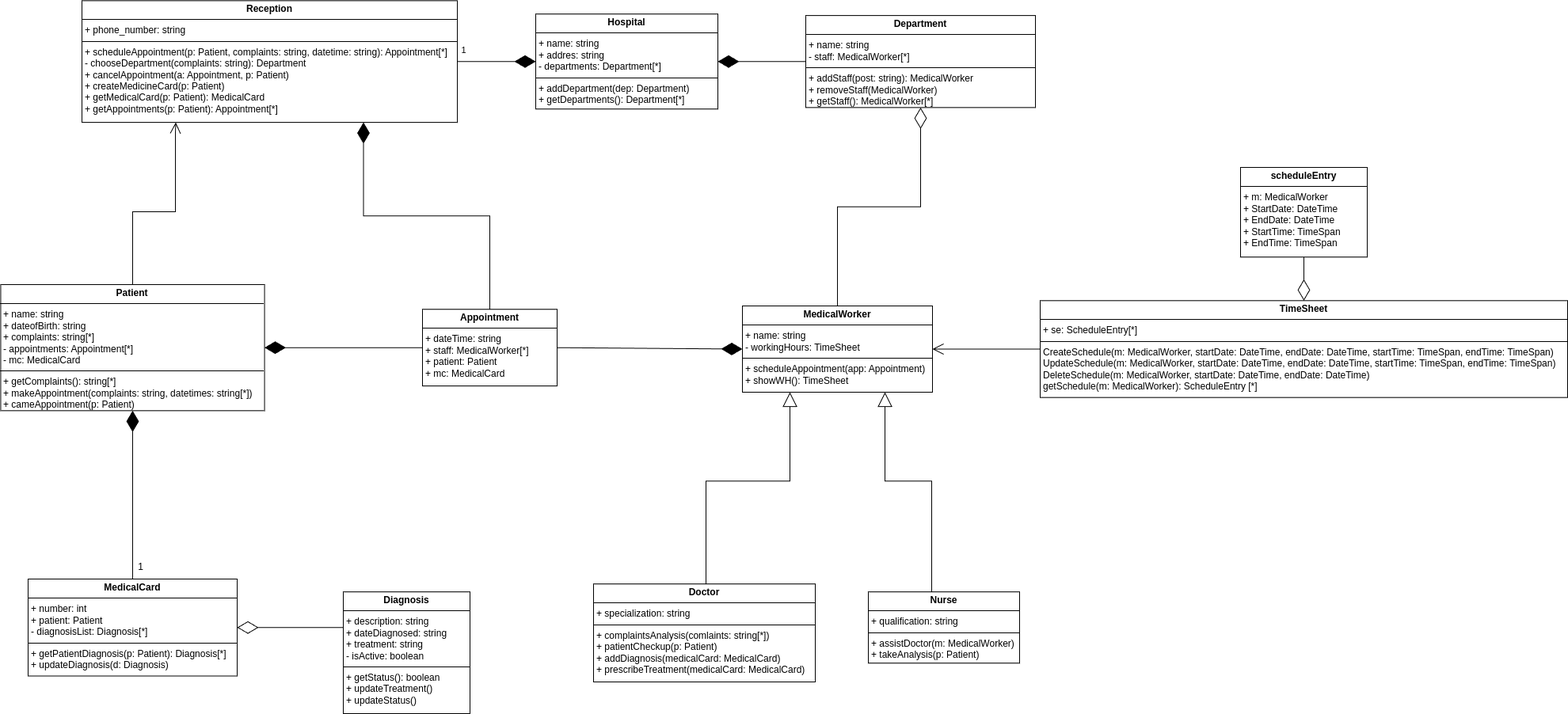
The draw.io diagram lab2/CD.png in nedeadinside/oaoaoaoaoaoaoaoa, before a commit. Source tidied: cells renumbered, new cells last; positions are measured from the earlier drawing's top-left corner, leaving out a move shared by most shapes.
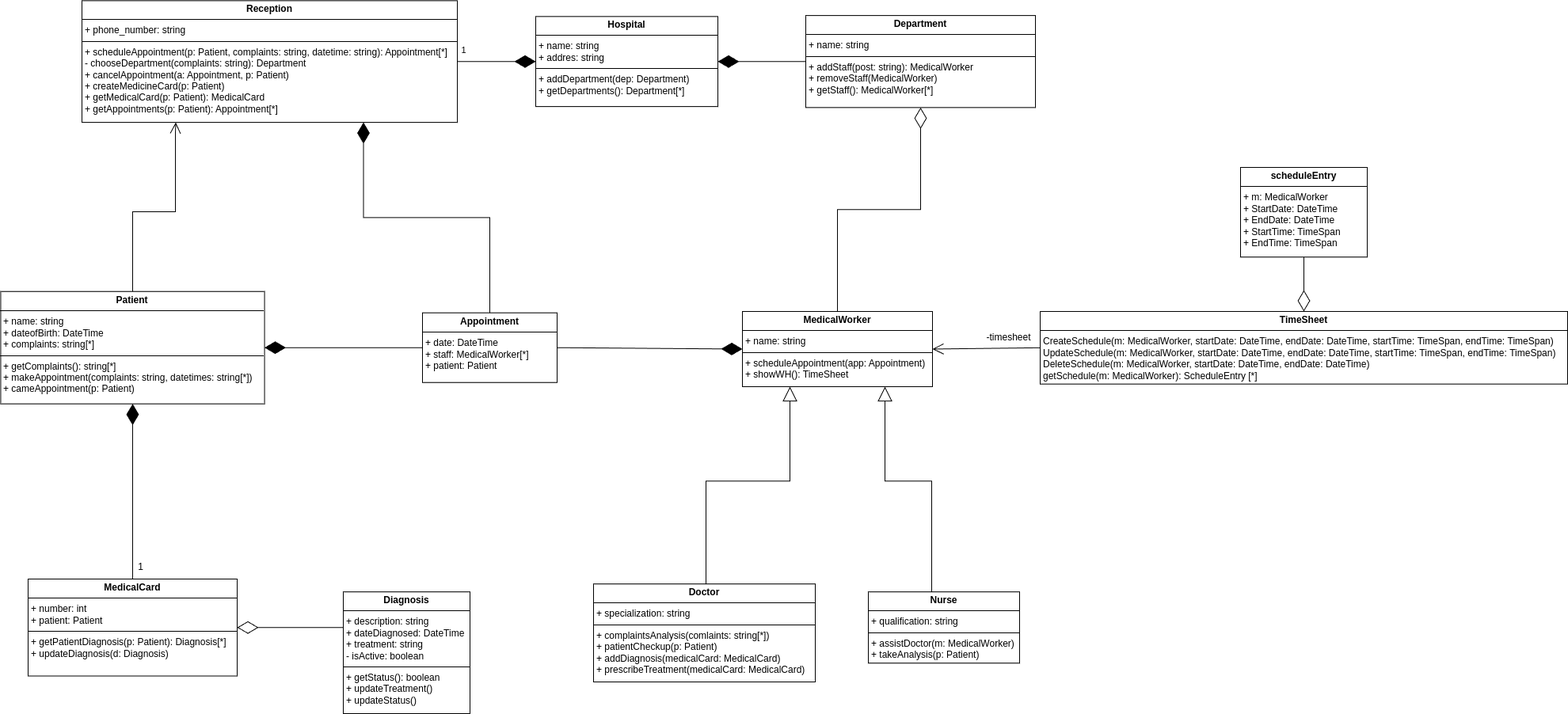
The same diagram one commit later.

The edit, as a diff of the source:
```diff
@@ -4,6 +4,6 @@
     <mxCell id="1" parent="0" />
-    <mxCell id="2" value="&lt;p style=&quot;margin:0px;margin-top:4px;text-align:center;&quot;&gt;&lt;b&gt;Hospital&lt;/b&gt;&lt;/p&gt;&lt;hr size=&quot;1&quot; style=&quot;border-style:solid;&quot;&gt;&lt;p style=&quot;margin:0px;margin-left:4px;&quot;&gt;+ name: string&lt;/p&gt;&lt;p style=&quot;margin:0px;margin-left:4px;&quot;&gt;+ addres: string&lt;/p&gt;&lt;p style=&quot;margin:0px;margin-left:4px;&quot;&gt;- departments: Department[*]&lt;/p&gt;&lt;hr size=&quot;1&quot; style=&quot;border-style:solid;&quot;&gt;&lt;p style=&quot;margin:0px;margin-left:4px;&quot;&gt;+ addDepartment(dep: Department)&lt;/p&gt;&lt;p style=&quot;margin:0px;margin-left:4px;&quot;&gt;+ getDepartments(): Department[*]&lt;/p&gt;" style="verticalAlign=top;align=left;overflow=fill;html=1;whiteSpace=wrap;" parent="1" vertex="1">
-      <mxGeometry x="676" y="17.2" width="230" height="120" as="geometry" />
+    <mxCell id="2" value="&lt;p style=&quot;margin:0px;margin-top:4px;text-align:center;&quot;&gt;&lt;b&gt;Hospital&lt;/b&gt;&lt;/p&gt;&lt;hr size=&quot;1&quot; style=&quot;border-style:solid;&quot;&gt;&lt;p style=&quot;margin:0px;margin-left:4px;&quot;&gt;+ name: string&lt;/p&gt;&lt;p style=&quot;margin:0px;margin-left:4px;&quot;&gt;+ addres: string&lt;/p&gt;&lt;hr size=&quot;1&quot; style=&quot;border-style:solid;&quot;&gt;&lt;p style=&quot;margin:0px;margin-left:4px;&quot;&gt;+ addDepartment(dep: Department)&lt;/p&gt;&lt;p style=&quot;margin:0px;margin-left:4px;&quot;&gt;+ getDepartments(): Department[*]&lt;/p&gt;" style="verticalAlign=top;align=left;overflow=fill;html=1;whiteSpace=wrap;" parent="1" vertex="1">
+      <mxGeometry x="676" y="20.4" width="230" height="113.8" as="geometry" />
     </mxCell>
-    <mxCell id="3" value="&lt;p style=&quot;margin:0px;margin-top:4px;text-align:center;&quot;&gt;&lt;b&gt;Department&lt;/b&gt;&lt;/p&gt;&lt;hr size=&quot;1&quot; style=&quot;border-style:solid;&quot;&gt;&lt;p style=&quot;margin:0px;margin-left:4px;&quot;&gt;+ name: string&lt;/p&gt;&lt;p style=&quot;margin:0px;margin-left:4px;&quot;&gt;- staff: MedicalWorker[*]&lt;/p&gt;&lt;hr size=&quot;1&quot; style=&quot;border-style:solid;&quot;&gt;&lt;p style=&quot;margin:0px;margin-left:4px;&quot;&gt;+ addStaff(post: string): MedicalWorker&lt;/p&gt;&lt;p style=&quot;margin:0px;margin-left:4px;&quot;&gt;+ removeStaff(MedicalWorker)&lt;/p&gt;&lt;p style=&quot;margin:0px;margin-left:4px;&quot;&gt;+ getStaff(): MedicalWorker[*]&lt;/p&gt;" style="verticalAlign=top;align=left;overflow=fill;html=1;whiteSpace=wrap;" parent="1" vertex="1">
+    <mxCell id="3" value="&lt;p style=&quot;margin:0px;margin-top:4px;text-align:center;&quot;&gt;&lt;b&gt;Department&lt;/b&gt;&lt;/p&gt;&lt;hr size=&quot;1&quot; style=&quot;border-style:solid;&quot;&gt;&lt;p style=&quot;margin:0px;margin-left:4px;&quot;&gt;+ name: string&lt;/p&gt;&lt;hr size=&quot;1&quot; style=&quot;border-style:solid;&quot;&gt;&lt;p style=&quot;margin:0px;margin-left:4px;&quot;&gt;+ addStaff(post: string): MedicalWorker&lt;/p&gt;&lt;p style=&quot;margin:0px;margin-left:4px;&quot;&gt;+ removeStaff(MedicalWorker)&lt;/p&gt;&lt;p style=&quot;margin:0px;margin-left:4px;&quot;&gt;+ getStaff(): MedicalWorker[*]&lt;/p&gt;" style="verticalAlign=top;align=left;overflow=fill;html=1;whiteSpace=wrap;" parent="1" vertex="1">
       <mxGeometry x="1017" y="19.1" width="290" height="116.2" as="geometry" />
@@ -47,9 +47,9 @@
     </mxCell>
-    <mxCell id="13" value="&lt;p style=&quot;margin:0px;margin-top:4px;text-align:center;&quot;&gt;&lt;b&gt;Patient&lt;/b&gt;&lt;/p&gt;&lt;hr size=&quot;1&quot; style=&quot;border-style:solid;&quot;&gt;&lt;p style=&quot;margin:0px;margin-left:4px;&quot;&gt;+ name: string&lt;/p&gt;&lt;p style=&quot;margin:0px;margin-left:4px;&quot;&gt;+ dateofBirth: string&lt;/p&gt;&lt;p style=&quot;margin:0px;margin-left:4px;&quot;&gt;+ complaints: string[*]&lt;/p&gt;&lt;p style=&quot;margin:0px;margin-left:4px;&quot;&gt;&lt;span style=&quot;background-color: initial;&quot;&gt;- appointments: Appointment[*]&lt;br&gt;- mc: MedicalCard&lt;/span&gt;&lt;/p&gt;&lt;hr size=&quot;1&quot; style=&quot;border-style:solid;&quot;&gt;&lt;p style=&quot;margin:0px;margin-left:4px;&quot;&gt;&lt;span style=&quot;background-color: initial;&quot;&gt;+ getComplaints(): string[*]&lt;/span&gt;&lt;/p&gt;&lt;p style=&quot;margin:0px;margin-left:4px;&quot;&gt;&lt;span style=&quot;background-color: initial;&quot;&gt;+ makeAppointment(complaints: string, datetimes: string[*])&lt;/span&gt;&lt;/p&gt;&lt;p style=&quot;margin:0px;margin-left:4px;&quot;&gt;&lt;span style=&quot;background-color: initial;&quot;&gt;+ cameAppointment(p: Patient)&lt;/span&gt;&lt;/p&gt;" style="verticalAlign=top;align=left;overflow=fill;html=1;whiteSpace=wrap;" parent="1" vertex="1">
-      <mxGeometry x="0.4" y="359" width="333.1" height="159.3" as="geometry" />
+    <mxCell id="13" value="&lt;p style=&quot;margin:0px;margin-top:4px;text-align:center;&quot;&gt;&lt;b&gt;Patient&lt;/b&gt;&lt;/p&gt;&lt;hr size=&quot;1&quot; style=&quot;border-style:solid;&quot;&gt;&lt;p style=&quot;margin:0px;margin-left:4px;&quot;&gt;+ name: string&lt;/p&gt;&lt;p style=&quot;margin:0px;margin-left:4px;&quot;&gt;+ dateofBirth: DateTime&lt;/p&gt;&lt;p style=&quot;margin:0px;margin-left:4px;&quot;&gt;+ complaints: string[*]&lt;/p&gt;&lt;hr size=&quot;1&quot; style=&quot;border-style:solid;&quot;&gt;&lt;p style=&quot;margin:0px;margin-left:4px;&quot;&gt;&lt;span style=&quot;background-color: initial;&quot;&gt;+ getComplaints(): string[*]&lt;/span&gt;&lt;/p&gt;&lt;p style=&quot;margin:0px;margin-left:4px;&quot;&gt;&lt;span style=&quot;background-color: initial;&quot;&gt;+ makeAppointment(complaints: string, datetimes: string[*])&lt;/span&gt;&lt;/p&gt;&lt;p style=&quot;margin:0px;margin-left:4px;&quot;&gt;&lt;span style=&quot;background-color: initial;&quot;&gt;+ cameAppointment(p: Patient)&lt;/span&gt;&lt;/p&gt;" style="verticalAlign=top;align=left;overflow=fill;html=1;whiteSpace=wrap;" parent="1" vertex="1">
+      <mxGeometry x="0.4" y="367.7" width="333.1" height="142" as="geometry" />
     </mxCell>
-    <mxCell id="14" value="&lt;p style=&quot;margin:0px;margin-top:4px;text-align:center;&quot;&gt;&lt;b&gt;Appointment&lt;/b&gt;&lt;/p&gt;&lt;hr size=&quot;1&quot; style=&quot;border-style:solid;&quot;&gt;&lt;p style=&quot;margin:0px;margin-left:4px;&quot;&gt;+ dateTime: string&lt;/p&gt;&lt;p style=&quot;margin:0px;margin-left:4px;&quot;&gt;+ staff: MedicalWorker[*]&lt;/p&gt;&lt;p style=&quot;margin:0px;margin-left:4px;&quot;&gt;+ patient: Patient&lt;/p&gt;&lt;p style=&quot;margin:0px;margin-left:4px;&quot;&gt;+ mc: MedicalCard&lt;/p&gt;" style="verticalAlign=top;align=left;overflow=fill;html=1;whiteSpace=wrap;" parent="1" vertex="1">
-      <mxGeometry x="533" y="390.3" width="170" height="96.8" as="geometry" />
+    <mxCell id="14" value="&lt;p style=&quot;margin:0px;margin-top:4px;text-align:center;&quot;&gt;&lt;b&gt;Appointment&lt;/b&gt;&lt;/p&gt;&lt;hr size=&quot;1&quot; style=&quot;border-style:solid;&quot;&gt;&lt;p style=&quot;margin:0px;margin-left:4px;&quot;&gt;+ date:&amp;nbsp;&lt;span style=&quot;background-color: initial;&quot;&gt;DateTime&lt;/span&gt;&lt;/p&gt;&lt;p style=&quot;margin:0px;margin-left:4px;&quot;&gt;+ staff: MedicalWorker[*]&lt;/p&gt;&lt;p style=&quot;margin:0px;margin-left:4px;&quot;&gt;+ patient: Patient&lt;/p&gt;" style="verticalAlign=top;align=left;overflow=fill;html=1;whiteSpace=wrap;" parent="1" vertex="1">
+      <mxGeometry x="533" y="394.7" width="170" height="88" as="geometry" />
     </mxCell>
-    <mxCell id="15" value="&lt;p style=&quot;margin:0px;margin-top:4px;text-align:center;&quot;&gt;&lt;b&gt;MedicalCard&lt;/b&gt;&lt;/p&gt;&lt;hr size=&quot;1&quot; style=&quot;border-style:solid;&quot;&gt;&lt;p style=&quot;margin:0px;margin-left:4px;&quot;&gt;+ number: int&lt;/p&gt;&lt;p style=&quot;margin:0px;margin-left:4px;&quot;&gt;+ patient: Patient&lt;/p&gt;&lt;p style=&quot;margin:0px;margin-left:4px;&quot;&gt;- diagnosisList: Diagnosis[*]&lt;/p&gt;&lt;hr size=&quot;1&quot; style=&quot;border-style:solid;&quot;&gt;&lt;p style=&quot;margin:0px;margin-left:4px;&quot;&gt;+ getPatientDiagnosis(p: Patient): Diagnosis[*]&lt;/p&gt;&lt;p style=&quot;margin:0px;margin-left:4px;&quot;&gt;+ updateDiagnosis(d: Diagnosis)&lt;/p&gt;" style="verticalAlign=top;align=left;overflow=fill;html=1;whiteSpace=wrap;" parent="1" vertex="1">
+    <mxCell id="15" value="&lt;p style=&quot;margin:0px;margin-top:4px;text-align:center;&quot;&gt;&lt;b&gt;MedicalCard&lt;/b&gt;&lt;/p&gt;&lt;hr size=&quot;1&quot; style=&quot;border-style:solid;&quot;&gt;&lt;p style=&quot;margin:0px;margin-left:4px;&quot;&gt;+ number: int&lt;/p&gt;&lt;p style=&quot;margin:0px;margin-left:4px;&quot;&gt;+ patient: Patient&lt;/p&gt;&lt;hr size=&quot;1&quot; style=&quot;border-style:solid;&quot;&gt;&lt;p style=&quot;margin:0px;margin-left:4px;&quot;&gt;+ getPatientDiagnosis(p: Patient): Diagnosis[*]&lt;/p&gt;&lt;p style=&quot;margin:0px;margin-left:4px;&quot;&gt;+ updateDiagnosis(d: Diagnosis)&lt;/p&gt;" style="verticalAlign=top;align=left;overflow=fill;html=1;whiteSpace=wrap;" parent="1" vertex="1">
       <mxGeometry x="35" y="731" width="264" height="122.5" as="geometry" />
@@ -61,4 +61,4 @@
     </mxCell>
-    <mxCell id="17" value="&lt;p style=&quot;margin:0px;margin-top:4px;text-align:center;&quot;&gt;&lt;b&gt;MedicalWorker&lt;/b&gt;&lt;/p&gt;&lt;hr size=&quot;1&quot; style=&quot;border-style:solid;&quot;&gt;&lt;p style=&quot;margin:0px;margin-left:4px;&quot;&gt;+ name: string&lt;/p&gt;&lt;p style=&quot;margin:0px;margin-left:4px;&quot;&gt;- workingHours: TimeSheet&amp;nbsp;&lt;/p&gt;&lt;hr size=&quot;1&quot; style=&quot;border-style:solid;&quot;&gt;&lt;p style=&quot;margin:0px;margin-left:4px;&quot;&gt;+ scheduleAppointment(app: Appointment)&lt;/p&gt;&lt;p style=&quot;margin:0px;margin-left:4px;&quot;&gt;+ showWH(): TimeSheet&lt;/p&gt;" style="verticalAlign=top;align=left;overflow=fill;html=1;whiteSpace=wrap;" parent="1" vertex="1">
-      <mxGeometry x="937" y="386" width="240" height="109" as="geometry" />
+    <mxCell id="17" value="&lt;p style=&quot;margin:0px;margin-top:4px;text-align:center;&quot;&gt;&lt;b&gt;MedicalWorker&lt;/b&gt;&lt;/p&gt;&lt;hr size=&quot;1&quot; style=&quot;border-style:solid;&quot;&gt;&lt;p style=&quot;margin:0px;margin-left:4px;&quot;&gt;+ name: string&lt;/p&gt;&lt;hr size=&quot;1&quot; style=&quot;border-style:solid;&quot;&gt;&lt;p style=&quot;margin:0px;margin-left:4px;&quot;&gt;+ scheduleAppointment(app: Appointment)&lt;/p&gt;&lt;p style=&quot;margin:0px;margin-left:4px;&quot;&gt;+ showWH(): TimeSheet&lt;/p&gt;" style="verticalAlign=top;align=left;overflow=fill;html=1;whiteSpace=wrap;" parent="1" vertex="1">
+      <mxGeometry x="937" y="393" width="240" height="95" as="geometry" />
     </mxCell>
@@ -85,5 +85,2 @@
     </mxCell>
-    <mxCell id="21" style="endArrow=diamondThin;endFill=1;endSize=24;html=1;rounded=0;entryX=0.75;entryY=1;entryDx=0;entryDy=0;exitX=0.5;exitY=0;exitDx=0;exitDy=0;edgeStyle=orthogonalEdgeStyle;" parent="1" edge="1" source="14" target="9">
-      <mxGeometry relative="1" as="geometry" />
-    </mxCell>
     <mxCell id="22" style="endArrow=diamondThin;endFill=1;endSize=24;html=1;rounded=0;entryX=1;entryY=0.5;entryDx=0;entryDy=0;exitX=0;exitY=0.5;exitDx=0;exitDy=0;" parent="1" edge="1" source="14" target="13">
@@ -100,6 +97,6 @@
     </mxCell>
-    <mxCell id="26" value="&lt;p style=&quot;margin:0px;margin-top:4px;text-align:center;&quot;&gt;&lt;b&gt;TimeSheet&lt;/b&gt;&lt;/p&gt;&lt;hr size=&quot;1&quot; style=&quot;border-style:solid;&quot;&gt;&lt;p style=&quot;margin:0px;margin-left:4px;&quot;&gt;+ se: ScheduleEntry[*]&lt;/p&gt;&lt;hr size=&quot;1&quot; style=&quot;border-style:solid;&quot;&gt;&lt;p style=&quot;margin:0px;margin-left:4px;&quot;&gt;CreateSchedule(m:&amp;nbsp;&lt;span style=&quot;background-color: initial;&quot;&gt;MedicalWorker&lt;/span&gt;&lt;span style=&quot;background-color: initial;&quot;&gt;,&amp;nbsp;&lt;/span&gt;&lt;span style=&quot;background-color: initial;&quot;&gt;startDate:&amp;nbsp;&lt;/span&gt;&lt;span style=&quot;background-color: initial;&quot;&gt;DateTime,&amp;nbsp;&lt;/span&gt;&lt;span style=&quot;background-color: initial;&quot;&gt;endDate:&lt;/span&gt;&lt;span style=&quot;background-color: initial;&quot;&gt;&amp;nbsp;DateTime,&amp;nbsp;&lt;/span&gt;&lt;span style=&quot;background-color: initial;&quot;&gt;startTime:&amp;nbsp;&lt;/span&gt;&lt;span style=&quot;background-color: initial;&quot;&gt;TimeSpan,&amp;nbsp;&lt;/span&gt;&lt;span style=&quot;background-color: initial;&quot;&gt;endTime:&lt;/span&gt;&lt;span style=&quot;background-color: initial;&quot;&gt;&amp;nbsp;TimeSpan)&lt;/span&gt;&lt;/p&gt;&lt;p style=&quot;margin:0px;margin-left:4px;&quot;&gt;&lt;span style=&quot;background-color: initial;&quot;&gt;UpdateSchedule(m:&amp;nbsp;&lt;/span&gt;&lt;span style=&quot;background-color: initial;&quot;&gt;MedicalWorker&lt;/span&gt;&lt;span style=&quot;background-color: initial;&quot;&gt;,&amp;nbsp;&lt;/span&gt;&lt;span style=&quot;background-color: initial;&quot;&gt;startDate:&amp;nbsp;&lt;/span&gt;&lt;span style=&quot;background-color: initial;&quot;&gt;DateTime,&amp;nbsp;&lt;/span&gt;&lt;span style=&quot;background-color: initial;&quot;&gt;endDate:&lt;/span&gt;&lt;span style=&quot;background-color: initial;&quot;&gt;&amp;nbsp;DateTime,&amp;nbsp;&lt;/span&gt;&lt;span style=&quot;background-color: initial;&quot;&gt;startTime:&lt;/span&gt;&lt;span style=&quot;background-color: initial;&quot;&gt;&amp;nbsp;TimeSpan,&amp;nbsp;&lt;/span&gt;&lt;span style=&quot;background-color: initial;&quot;&gt;endTime:&amp;nbsp;&lt;/span&gt;&lt;span style=&quot;background-color: initial;&quot;&gt;TimeSpan)&lt;/span&gt;&lt;/p&gt;&lt;p style=&quot;margin:0px;margin-left:4px;&quot;&gt;&lt;span style=&quot;background-color: initial;&quot;&gt;DeleteSchedule(&lt;/span&gt;&lt;span style=&quot;background-color: initial;&quot;&gt;m:&amp;nbsp;&lt;/span&gt;&lt;span style=&quot;background-color: initial;&quot;&gt;MedicalWorker,&amp;nbsp;&lt;/span&gt;&lt;span style=&quot;background-color: initial;&quot;&gt;startDate:&amp;nbsp;&lt;/span&gt;&lt;span style=&quot;background-color: initial;&quot;&gt;DateTime,&amp;nbsp;&lt;/span&gt;&lt;span style=&quot;background-color: initial;&quot;&gt;endDate:&amp;nbsp;&lt;/span&gt;&lt;span style=&quot;background-color: initial;&quot;&gt;DateTime)&lt;/span&gt;&lt;/p&gt;&lt;p style=&quot;margin:0px;margin-left:4px;&quot;&gt;getSchedule(m: MedicalWorker): ScheduleEntry [*]&amp;nbsp;&lt;/p&gt;" style="verticalAlign=top;align=left;overflow=fill;html=1;whiteSpace=wrap;" parent="1" vertex="1">
-      <mxGeometry x="1313" y="379.3" width="666" height="122.3" as="geometry" />
+    <mxCell id="26" value="&lt;p style=&quot;margin:0px;margin-top:4px;text-align:center;&quot;&gt;&lt;b style=&quot;background-color: initial;&quot;&gt;TimeSheet&lt;/b&gt;&lt;/p&gt;&lt;hr size=&quot;1&quot; style=&quot;border-style:solid;&quot;&gt;&lt;p style=&quot;margin:0px;margin-left:4px;&quot;&gt;CreateSchedule(m:&amp;nbsp;&lt;span style=&quot;background-color: initial;&quot;&gt;MedicalWorker&lt;/span&gt;&lt;span style=&quot;background-color: initial;&quot;&gt;,&amp;nbsp;&lt;/span&gt;&lt;span style=&quot;background-color: initial;&quot;&gt;startDate:&amp;nbsp;&lt;/span&gt;&lt;span style=&quot;background-color: initial;&quot;&gt;DateTime,&amp;nbsp;&lt;/span&gt;&lt;span style=&quot;background-color: initial;&quot;&gt;endDate:&lt;/span&gt;&lt;span style=&quot;background-color: initial;&quot;&gt;&amp;nbsp;DateTime,&amp;nbsp;&lt;/span&gt;&lt;span style=&quot;background-color: initial;&quot;&gt;startTime:&amp;nbsp;&lt;/span&gt;&lt;span style=&quot;background-color: initial;&quot;&gt;TimeSpan,&amp;nbsp;&lt;/span&gt;&lt;span style=&quot;background-color: initial;&quot;&gt;endTime:&lt;/span&gt;&lt;span style=&quot;background-color: initial;&quot;&gt;&amp;nbsp;TimeSpan)&lt;/span&gt;&lt;/p&gt;&lt;p style=&quot;margin:0px;margin-left:4px;&quot;&gt;&lt;span style=&quot;background-color: initial;&quot;&gt;UpdateSchedule(m:&amp;nbsp;&lt;/span&gt;&lt;span style=&quot;background-color: initial;&quot;&gt;MedicalWorker&lt;/span&gt;&lt;span style=&quot;background-color: initial;&quot;&gt;,&amp;nbsp;&lt;/span&gt;&lt;span style=&quot;background-color: initial;&quot;&gt;startDate:&amp;nbsp;&lt;/span&gt;&lt;span style=&quot;background-color: initial;&quot;&gt;DateTime,&amp;nbsp;&lt;/span&gt;&lt;span style=&quot;background-color: initial;&quot;&gt;endDate:&lt;/span&gt;&lt;span style=&quot;background-color: initial;&quot;&gt;&amp;nbsp;DateTime,&amp;nbsp;&lt;/span&gt;&lt;span style=&quot;background-color: initial;&quot;&gt;startTime:&lt;/span&gt;&lt;span style=&quot;background-color: initial;&quot;&gt;&amp;nbsp;TimeSpan,&amp;nbsp;&lt;/span&gt;&lt;span style=&quot;background-color: initial;&quot;&gt;endTime:&amp;nbsp;&lt;/span&gt;&lt;span style=&quot;background-color: initial;&quot;&gt;TimeSpan)&lt;/span&gt;&lt;/p&gt;&lt;p style=&quot;margin:0px;margin-left:4px;&quot;&gt;&lt;span style=&quot;background-color: initial;&quot;&gt;DeleteSchedule(&lt;/span&gt;&lt;span style=&quot;background-color: initial;&quot;&gt;m:&amp;nbsp;&lt;/span&gt;&lt;span style=&quot;background-color: initial;&quot;&gt;MedicalWorker,&amp;nbsp;&lt;/span&gt;&lt;span style=&quot;background-color: initial;&quot;&gt;startDate:&amp;nbsp;&lt;/span&gt;&lt;span style=&quot;background-color: initial;&quot;&gt;DateTime,&amp;nbsp;&lt;/span&gt;&lt;span style=&quot;background-color: initial;&quot;&gt;endDate:&amp;nbsp;&lt;/span&gt;&lt;span style=&quot;background-color: initial;&quot;&gt;DateTime)&lt;/span&gt;&lt;/p&gt;&lt;p style=&quot;margin:0px;margin-left:4px;&quot;&gt;getSchedule(m: MedicalWorker): ScheduleEntry [*]&lt;/p&gt;" style="verticalAlign=top;align=left;overflow=fill;html=1;whiteSpace=wrap;" parent="1" vertex="1">
+      <mxGeometry x="1313" y="393" width="666" height="91.7" as="geometry" />
     </mxCell>
-    <mxCell id="27" value="&lt;p style=&quot;margin:0px;margin-top:4px;text-align:center;&quot;&gt;&lt;b&gt;Diagnosis&lt;/b&gt;&lt;/p&gt;&lt;hr size=&quot;1&quot; style=&quot;border-style:solid;&quot;&gt;&lt;p style=&quot;margin: 0px 0px 0px 4px;&quot;&gt;+ description: string&lt;/p&gt;&lt;p style=&quot;margin: 0px 0px 0px 4px;&quot;&gt;+ dateDiagnosed: string&lt;/p&gt;&lt;p style=&quot;margin: 0px 0px 0px 4px;&quot;&gt;+ treatment: string&lt;/p&gt;&lt;p style=&quot;margin: 0px 0px 0px 4px;&quot;&gt;- isActive: boolean&lt;/p&gt;&lt;hr size=&quot;1&quot; style=&quot;border-style:solid;&quot;&gt;&lt;p style=&quot;margin:0px;margin-left:4px;&quot;&gt;+ getStatus(): boolean&lt;/p&gt;&lt;p style=&quot;margin:0px;margin-left:4px;&quot;&gt;+ updateTreatment()&lt;/p&gt;&lt;p style=&quot;margin:0px;margin-left:4px;&quot;&gt;+ updateStatus()&lt;/p&gt;" style="verticalAlign=top;align=left;overflow=fill;html=1;whiteSpace=wrap;" parent="1" vertex="1">
+    <mxCell id="27" value="&lt;p style=&quot;margin:0px;margin-top:4px;text-align:center;&quot;&gt;&lt;b&gt;Diagnosis&lt;/b&gt;&lt;/p&gt;&lt;hr size=&quot;1&quot; style=&quot;border-style:solid;&quot;&gt;&lt;p style=&quot;margin: 0px 0px 0px 4px;&quot;&gt;+ description: string&lt;/p&gt;&lt;p style=&quot;margin: 0px 0px 0px 4px;&quot;&gt;+ dateDiagnosed: DateTime&lt;/p&gt;&lt;p style=&quot;margin: 0px 0px 0px 4px;&quot;&gt;+ treatment: string&lt;/p&gt;&lt;p style=&quot;margin: 0px 0px 0px 4px;&quot;&gt;- isActive: boolean&lt;/p&gt;&lt;hr size=&quot;1&quot; style=&quot;border-style:solid;&quot;&gt;&lt;p style=&quot;margin:0px;margin-left:4px;&quot;&gt;+ getStatus(): boolean&lt;/p&gt;&lt;p style=&quot;margin:0px;margin-left:4px;&quot;&gt;+ updateTreatment()&lt;/p&gt;&lt;p style=&quot;margin:0px;margin-left:4px;&quot;&gt;+ updateStatus()&lt;/p&gt;" style="verticalAlign=top;align=left;overflow=fill;html=1;whiteSpace=wrap;" parent="1" vertex="1">
       <mxGeometry x="433" y="747.2" width="160" height="153.8" as="geometry" />
@@ -115,2 +112,8 @@
     </mxCell>
+    <mxCell id="21" style="endArrow=diamondThin;endFill=1;endSize=24;html=1;rounded=0;exitX=0.5;exitY=0;exitDx=0;exitDy=0;edgeStyle=orthogonalEdgeStyle;entryX=0.75;entryY=1;entryDx=0;entryDy=0;" parent="1" edge="1" source="14" target="9">
+      <mxGeometry relative="1" as="geometry" />
+    </mxCell>
+    <mxCell id="31" value="-timesheet" style="text;html=1;align=center;verticalAlign=middle;strokeColor=none;fillColor=none;" parent="1" vertex="1">
+      <mxGeometry x="1233" y="411" width="80" height="30" as="geometry" />
+    </mxCell>
   </root>
```
